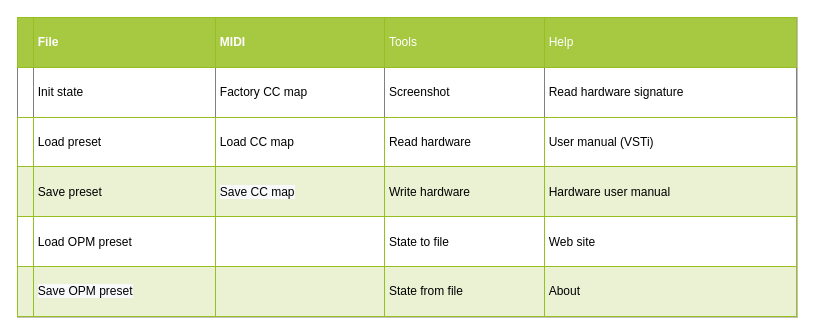
gorangrubic/imbAVR.ArduinoSynth keeps this draw.io diagram as page "MENU" (8 of 8) of basszero_vsti.drawio. Above is the earlier version. Source tidied: cells renumbered, new cells numbered last; positions are measured from the earlier drawing's top-left corner, leaving out a move shared by most shapes. Both pictures are drawn from the tidied source at 100%, with x=0, y=0 at pixel (17, 17).
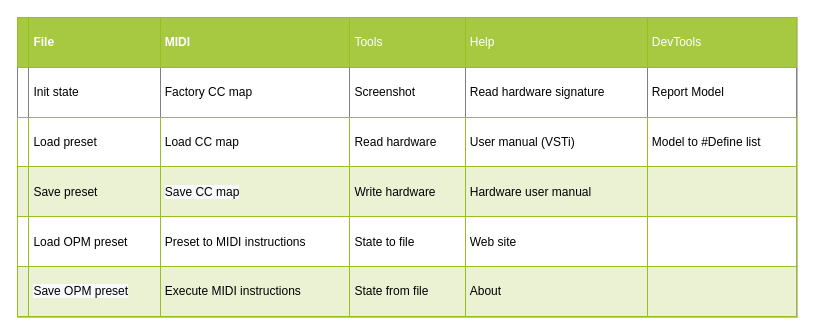
After the change.

What changed in the source:
```diff
@@
 <mxGraphModel>
   <root>
     <mxCell id="0" />
     <mxCell id="1" parent="0" />
-    <mxCell id="2" value="&lt;table border=&quot;1&quot; width=&quot;100%&quot; cellpadding=&quot;4&quot; style=&quot;width: 100% ; height: 100% ; border-collapse: collapse&quot;&gt;&lt;tbody&gt;&lt;tr style=&quot;background-color: #a7c942 ; color: #ffffff ; border: 1px solid #98bf21&quot;&gt;&lt;td&gt;&lt;br&gt;&lt;/td&gt;&lt;th align=&quot;left&quot;&gt;File&lt;/th&gt;&lt;th align=&quot;left&quot;&gt;MIDI&lt;/th&gt;&lt;td&gt;Tools&lt;/td&gt;&lt;td&gt;Help&lt;/td&gt;&lt;/tr&gt;&lt;tr&gt;&lt;td&gt;&lt;br&gt;&lt;/td&gt;&lt;td&gt;Init state&lt;/td&gt;&lt;td&gt;Factory CC map&lt;/td&gt;&lt;td&gt;Screenshot&lt;/td&gt;&lt;td&gt;Read hardware signature&lt;/td&gt;&lt;/tr&gt;&lt;tr style=&quot;border: 1px solid #98bf21&quot;&gt;&lt;td&gt;&lt;br&gt;&lt;/td&gt;&lt;td&gt;Load preset&lt;/td&gt;&lt;td&gt;Load CC map&lt;/td&gt;&lt;td&gt;Read hardware&lt;/td&gt;&lt;td&gt;User manual (VSTi)&lt;/td&gt;&lt;/tr&gt;&lt;tr style=&quot;background-color: #eaf2d3 ; border: 1px solid #98bf21&quot;&gt;&lt;td&gt;&lt;br&gt;&lt;/td&gt;&lt;td&gt;Save preset&lt;/td&gt;&lt;td&gt;&lt;span style=&quot;background-color: rgb(248 , 249 , 250)&quot;&gt;Save CC map&lt;/span&gt;&lt;br&gt;&lt;/td&gt;&lt;td&gt;Write hardware&lt;/td&gt;&lt;td&gt;Hardware user manual&lt;/td&gt;&lt;/tr&gt;&lt;tr style=&quot;border: 1px solid #98bf21&quot;&gt;&lt;td&gt;&lt;br&gt;&lt;/td&gt;&lt;td&gt;Load OPM preset&lt;/td&gt;&lt;td&gt;&lt;br&gt;&lt;/td&gt;&lt;td&gt;State to file&lt;/td&gt;&lt;td&gt;Web site&lt;/td&gt;&lt;/tr&gt;&lt;tr style=&quot;background-color: #eaf2d3 ; border: 1px solid #98bf21&quot;&gt;&lt;td&gt;&lt;br&gt;&lt;/td&gt;&lt;td&gt;&lt;span style=&quot;background-color: rgb(248 , 249 , 250)&quot;&gt;Save OPM preset&lt;/span&gt;&lt;/td&gt;&lt;td&gt;&lt;br&gt;&lt;/td&gt;&lt;td&gt;State from file&lt;/td&gt;&lt;td&gt;About&lt;/td&gt;&lt;/tr&gt;&lt;/tbody&gt;&lt;/table&gt;" style="text;html=1;strokeColor=#c0c0c0;fillColor=#ffffff;overflow=fill;rounded=0;" parent="1" vertex="1">
+    <mxCell id="2" value="&lt;table border=&quot;1&quot; width=&quot;100%&quot; cellpadding=&quot;4&quot; style=&quot;width: 100% ; height: 100% ; border-collapse: collapse&quot;&gt;&lt;tbody&gt;&lt;tr style=&quot;background-color: #a7c942 ; color: #ffffff ; border: 1px solid #98bf21&quot;&gt;&lt;td&gt;&lt;br&gt;&lt;/td&gt;&lt;th align=&quot;left&quot;&gt;File&lt;/th&gt;&lt;th align=&quot;left&quot;&gt;MIDI&lt;/th&gt;&lt;td&gt;Tools&lt;/td&gt;&lt;td&gt;Help&lt;/td&gt;&lt;td&gt;DevTools&lt;/td&gt;&lt;/tr&gt;&lt;tr&gt;&lt;td&gt;&lt;br&gt;&lt;/td&gt;&lt;td&gt;Init state&lt;/td&gt;&lt;td&gt;Factory CC map&lt;/td&gt;&lt;td&gt;Screenshot&lt;/td&gt;&lt;td&gt;Read hardware signature&lt;/td&gt;&lt;td&gt;Report Model&lt;/td&gt;&lt;/tr&gt;&lt;tr style=&quot;border: 1px solid #98bf21&quot;&gt;&lt;td&gt;&lt;br&gt;&lt;/td&gt;&lt;td&gt;Load preset&lt;/td&gt;&lt;td&gt;Load CC map&lt;/td&gt;&lt;td&gt;Read hardware&lt;/td&gt;&lt;td&gt;User manual (VSTi)&lt;/td&gt;&lt;td&gt;Model to #Define list&lt;/td&gt;&lt;/tr&gt;&lt;tr style=&quot;background-color: #eaf2d3 ; border: 1px solid #98bf21&quot;&gt;&lt;td&gt;&lt;br&gt;&lt;/td&gt;&lt;td&gt;Save preset&lt;/td&gt;&lt;td&gt;&lt;span style=&quot;background-color: rgb(248 , 249 , 250)&quot;&gt;Save CC map&lt;/span&gt;&lt;br&gt;&lt;/td&gt;&lt;td&gt;Write hardware&lt;/td&gt;&lt;td&gt;Hardware user manual&lt;/td&gt;&lt;td&gt;&lt;br&gt;&lt;/td&gt;&lt;/tr&gt;&lt;tr style=&quot;border: 1px solid #98bf21&quot;&gt;&lt;td&gt;&lt;br&gt;&lt;/td&gt;&lt;td&gt;Load OPM preset&lt;/td&gt;&lt;td&gt;Preset to MIDI instructions&lt;/td&gt;&lt;td&gt;State to file&lt;/td&gt;&lt;td&gt;Web site&lt;/td&gt;&lt;td&gt;&lt;br&gt;&lt;/td&gt;&lt;/tr&gt;&lt;tr style=&quot;background-color: #eaf2d3 ; border: 1px solid #98bf21&quot;&gt;&lt;td&gt;&lt;br&gt;&lt;/td&gt;&lt;td&gt;&lt;span style=&quot;background-color: rgb(248 , 249 , 250)&quot;&gt;Save OPM preset&lt;/span&gt;&lt;/td&gt;&lt;td&gt;Execute MIDI instructions&lt;/td&gt;&lt;td&gt;State from file&lt;/td&gt;&lt;td&gt;About&lt;/td&gt;&lt;td&gt;&lt;br&gt;&lt;/td&gt;&lt;/tr&gt;&lt;/tbody&gt;&lt;/table&gt;" style="text;html=1;strokeColor=#c0c0c0;fillColor=#ffffff;overflow=fill;rounded=0;" parent="1" vertex="1">
       <mxGeometry width="780" height="300" as="geometry" />
     </mxCell>
   </root>
 </mxGraphModel>
```
